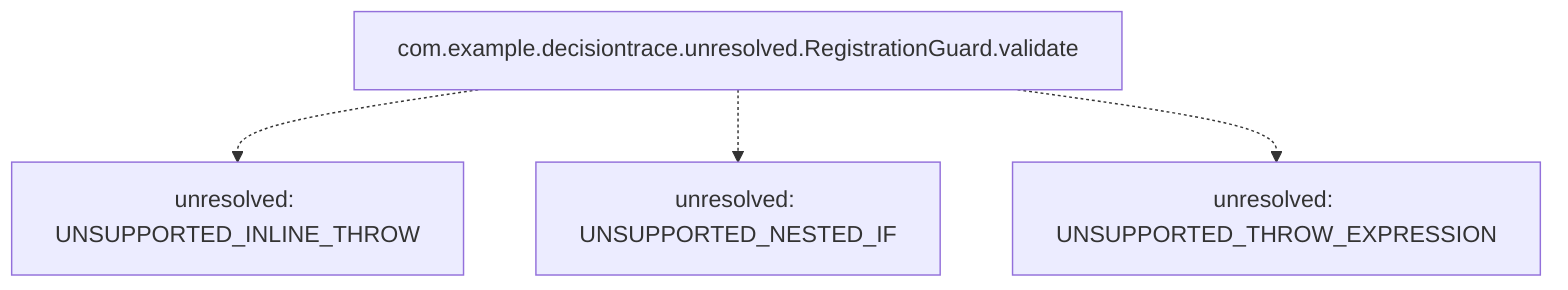
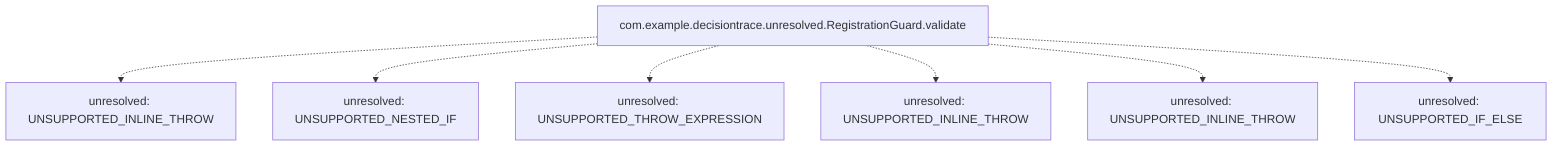
flowchart TD
  entry["com.example.decisiontrace.unresolved.RegistrationGuard.validate"]
  u1["unresolved: UNSUPPORTED_INLINE_THROW"]
  entry -.-> u1
  u2["unresolved: UNSUPPORTED_NESTED_IF"]
  entry -.-> u2
  u3["unresolved: UNSUPPORTED_THROW_EXPRESSION"]
  entry -.-> u3
+   u4["unresolved: UNSUPPORTED_INLINE_THROW"]
+   entry -.-> u4
+   u5["unresolved: UNSUPPORTED_INLINE_THROW"]
+   entry -.-> u5
+   u6["unresolved: UNSUPPORTED_IF_ELSE"]
+   entry -.-> u6
